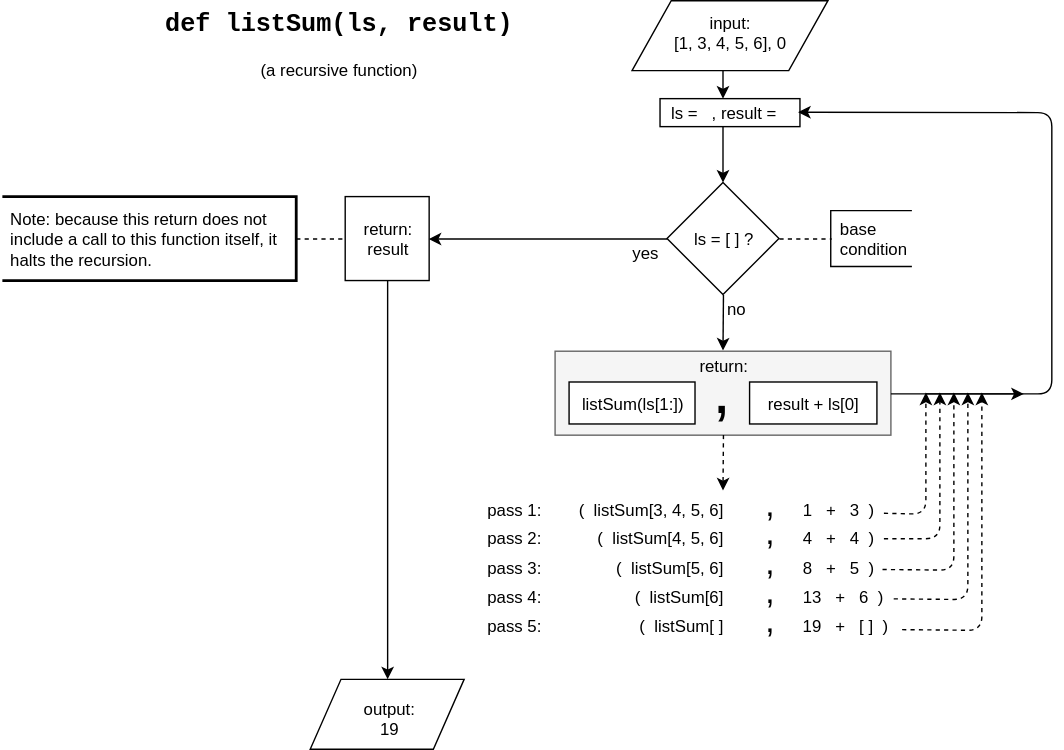
Earlier version of the draw.io export diagrams/recursion2.svg (jinjagit/JupyterNotebooks). Source tidied: cells renumbered, new cells last; positions are measured from the earlier drawing's top-left corner, leaving out a move shared by most shapes.
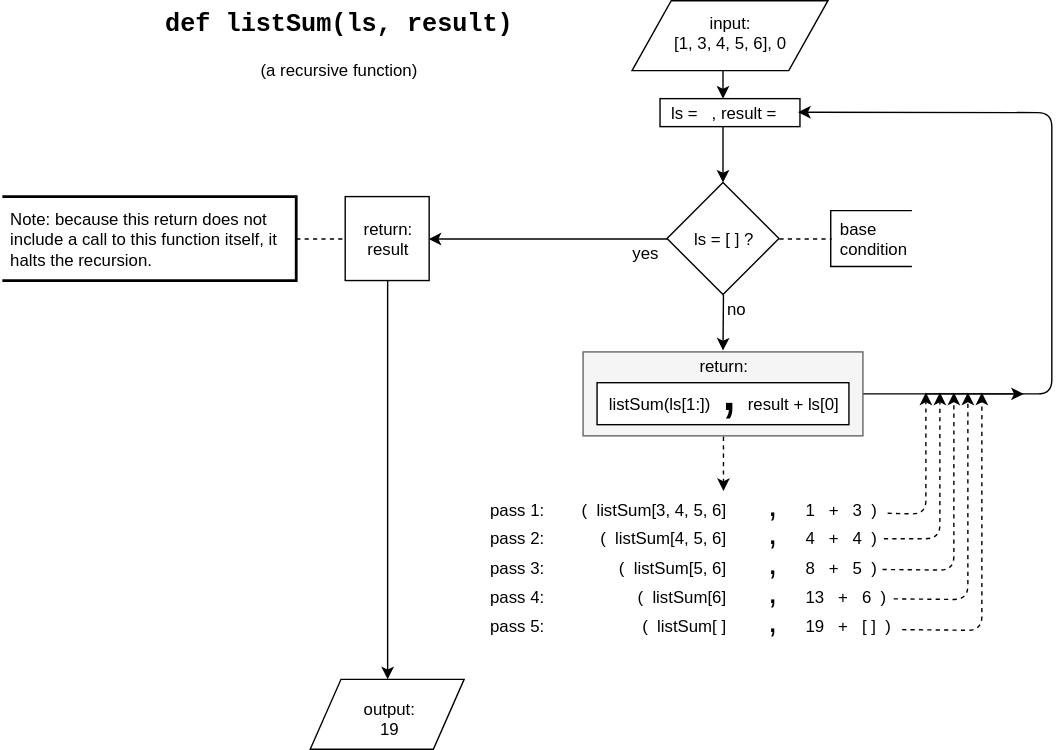
The same diagram one commit later.

Commit message:
improving diagrams

Diff of the diagram source:
```diff
@@ -35,7 +35,7 @@
       <mxGeometry x="515" y="210" width="20" height="20" as="geometry" />
     </mxCell>
     <mxCell id="11" style="rounded=0;whiteSpace=wrap;html=1;fillColor=#f5f5f5;strokeColor=#666666;" parent="1" vertex="1">
-      <mxGeometry x="395" y="250.5" width="240" height="60" as="geometry" />
+      <mxGeometry x="415" y="251" width="200" height="60" as="geometry" />
     </mxCell>
     <mxCell id="12" style="endArrow=classic;html=1;" parent="1" edge="1">
       <mxGeometry relative="1" as="geometry">
@@ -43,9 +43,8 @@
         <mxPoint x="515" y="130" as="targetPoint" />
       </mxGeometry>
     </mxCell>
-    <mxCell id="13" style="endArrow=classic;html=1;entryX=1;entryY=0.5;" parent="1" edge="1" target="5">
+    <mxCell id="13" style="endArrow=classic;html=1;entryX=1;entryY=0.5;exitX=1;exitY=0.5;" parent="1" edge="1" source="11" target="5">
       <mxGeometry relative="1" as="geometry">
-        <mxPoint x="635" y="281" as="sourcePoint" />
         <Array as="points">
           <mxPoint x="750" y="281" />
           <mxPoint x="750" y="80" />
@@ -55,31 +54,20 @@
     <mxCell id="14" value="return:" style="text;html=1;strokeColor=none;fillColor=none;align=center;verticalAlign=middle;whiteSpace=wrap;rounded=0;" parent="1" vertex="1">
       <mxGeometry x="485" y="250.5" width="60" height="20" as="geometry" />
     </mxCell>
-    <mxCell id="15" style="rounded=0;whiteSpace=wrap;html=1;" parent="1" vertex="1">
-      <mxGeometry x="534" y="272.5" width="91" height="30" as="geometry" />
-    </mxCell>
-    <mxCell id="16" value="result + ls[0]" style="text;html=1;strokeColor=none;fillColor=none;align=center;verticalAlign=middle;whiteSpace=wrap;rounded=0;" parent="1" vertex="1">
-      <mxGeometry x="539.5" y="277.5" width="80" height="20" as="geometry" />
-    </mxCell>
     <mxCell id="17" style="rounded=0;whiteSpace=wrap;html=1;" parent="1" vertex="1">
-      <mxGeometry x="405" y="272.5" width="90" height="30" as="geometry" />
+      <mxGeometry x="425" y="273" width="180" height="30" as="geometry" />
     </mxCell>
-    <mxCell id="18" value="listSum(ls[1:])" style="text;html=1;strokeColor=none;fillColor=none;align=center;verticalAlign=middle;whiteSpace=wrap;rounded=0;" parent="1" vertex="1">
-      <mxGeometry x="410" y="277.5" width="80" height="20" as="geometry" />
+    <mxCell id="18" value="listSum(ls[1:])&amp;nbsp; &lt;font style=&quot;font-size: 48px&quot;&gt;,&lt;/font&gt;&amp;nbsp; result + ls[0]" style="text;html=1;strokeColor=none;fillColor=none;align=center;verticalAlign=middle;whiteSpace=wrap;rounded=0;" parent="1" vertex="1">
+      <mxGeometry x="425" y="265" width="180" height="20" as="geometry" />
     </mxCell>
-    <mxCell id="19" value="&lt;font style=&quot;font-size: 48px&quot;&gt;,&lt;/font&gt;" style="text;html=1;strokeColor=none;fillColor=none;align=center;verticalAlign=middle;whiteSpace=wrap;rounded=0;" parent="1" vertex="1">
-      <mxGeometry x="497" y="251" width="33" height="53" as="geometry" />
-    </mxCell>
     <mxCell id="20" value="pass 1:&amp;nbsp; &amp;nbsp; &amp;nbsp; &amp;nbsp; (&amp;nbsp; listSum[3, 4, 5, 6]&amp;nbsp; &amp;nbsp; &amp;nbsp; &amp;nbsp; &amp;nbsp;&lt;font style=&quot;font-size: 24px&quot;&gt;,&lt;/font&gt;&amp;nbsp; &amp;nbsp; &amp;nbsp; 1&amp;nbsp; &amp;nbsp;+&amp;nbsp; &amp;nbsp;3&amp;nbsp; )" style="text;html=1;strokeColor=none;fillColor=none;align=left;verticalAlign=middle;whiteSpace=wrap;rounded=0;" parent="1" vertex="1">
-      <mxGeometry x="345" y="350" width="336" height="20" as="geometry" />
+      <mxGeometry x="347" y="350" width="336" height="20" as="geometry" />
     </mxCell>
     <mxCell id="21" value="pass 2:&amp;nbsp; &amp;nbsp; &amp;nbsp; &amp;nbsp; &amp;nbsp; &amp;nbsp; (&amp;nbsp; listSum[4, 5, 6]&amp;nbsp; &amp;nbsp; &amp;nbsp; &amp;nbsp; &amp;nbsp;&lt;font style=&quot;font-size: 24px&quot;&gt;,&lt;/font&gt;&amp;nbsp; &amp;nbsp; &amp;nbsp; 4&amp;nbsp; &amp;nbsp;+&amp;nbsp; &amp;nbsp;4&amp;nbsp; )" style="text;html=1;strokeColor=none;fillColor=none;align=left;verticalAlign=middle;whiteSpace=wrap;rounded=0;" parent="1" vertex="1">
-      <mxGeometry x="345" y="370" width="336" height="20" as="geometry" />
+      <mxGeometry x="347" y="370" width="336" height="20" as="geometry" />
     </mxCell>
-    <mxCell id="22" style="endArrow=classic;html=1;exitX=0.5;exitY=1;dashed=1;" parent="1" edge="1" source="11">
-      <mxGeometry relative="1" as="geometry">
-        <mxPoint x="515" y="350" as="targetPoint" />
-      </mxGeometry>
+    <mxCell id="22" style="endArrow=classic;html=1;dashed=1;exitX=0.5;exitY=1;entryX=0.5;entryY=0;" parent="1" edge="1" source="11" target="20">
+      <mxGeometry relative="1" as="geometry" />
     </mxCell>
     <mxCell id="23" value="yes" style="text;html=1;strokeColor=none;fillColor=none;align=center;verticalAlign=middle;whiteSpace=wrap;rounded=0;" parent="1" vertex="1">
       <mxGeometry x="444.5" y="170" width="30" height="20" as="geometry" />
@@ -124,13 +112,13 @@
       <mxGeometry relative="1" as="geometry" />
     </mxCell>
     <mxCell id="37" value="pass 3:&amp;nbsp; &amp;nbsp; &amp;nbsp; &amp;nbsp; &amp;nbsp; &amp;nbsp; &amp;nbsp; &amp;nbsp; (&amp;nbsp; listSum[5, 6]&amp;nbsp; &amp;nbsp; &amp;nbsp; &amp;nbsp; &amp;nbsp;&lt;font style=&quot;font-size: 24px&quot;&gt;,&lt;/font&gt;&amp;nbsp; &amp;nbsp; &amp;nbsp; 8&amp;nbsp; &amp;nbsp;+&amp;nbsp; &amp;nbsp;5&amp;nbsp; )" style="text;html=1;strokeColor=none;fillColor=none;align=left;verticalAlign=middle;whiteSpace=wrap;rounded=0;" parent="1" vertex="1">
-      <mxGeometry x="345" y="391" width="336" height="20" as="geometry" />
+      <mxGeometry x="347" y="391" width="336" height="20" as="geometry" />
     </mxCell>
     <mxCell id="38" value="pass 4:&amp;nbsp; &amp;nbsp; &amp;nbsp; &amp;nbsp; &amp;nbsp; &amp;nbsp; &amp;nbsp; &amp;nbsp; &amp;nbsp; &amp;nbsp; (&amp;nbsp; listSum[6]&amp;nbsp; &amp;nbsp; &amp;nbsp; &amp;nbsp; &amp;nbsp;&lt;font style=&quot;font-size: 24px&quot;&gt;,&lt;/font&gt;&amp;nbsp; &amp;nbsp; &amp;nbsp; 13&amp;nbsp; &amp;nbsp;+&amp;nbsp; &amp;nbsp;6&amp;nbsp; )" style="text;html=1;strokeColor=none;fillColor=none;align=left;verticalAlign=middle;whiteSpace=wrap;rounded=0;" parent="1" vertex="1">
-      <mxGeometry x="345" y="412" width="336" height="20" as="geometry" />
+      <mxGeometry x="347" y="412" width="336" height="20" as="geometry" />
     </mxCell>
     <mxCell id="39" value="pass 5:&amp;nbsp; &amp;nbsp; &amp;nbsp; &amp;nbsp; &amp;nbsp; &amp;nbsp; &amp;nbsp; &amp;nbsp; &amp;nbsp; &amp;nbsp; &amp;nbsp;(&amp;nbsp; listSum[ ]&amp;nbsp; &amp;nbsp; &amp;nbsp; &amp;nbsp; &amp;nbsp;&lt;font style=&quot;font-size: 24px&quot;&gt;,&lt;/font&gt;&amp;nbsp; &amp;nbsp; &amp;nbsp; 19&amp;nbsp; &amp;nbsp;+&amp;nbsp; &amp;nbsp;[ ]&amp;nbsp; )" style="text;html=1;strokeColor=none;fillColor=none;align=left;verticalAlign=middle;whiteSpace=wrap;rounded=0;" parent="1" vertex="1">
-      <mxGeometry x="345" y="433" width="336" height="20" as="geometry" />
+      <mxGeometry x="347" y="433" width="336" height="20" as="geometry" />
     </mxCell>
     <mxCell id="40" style="endArrow=classic;html=1;" parent="1" edge="1">
       <mxGeometry relative="1" as="geometry">
```
